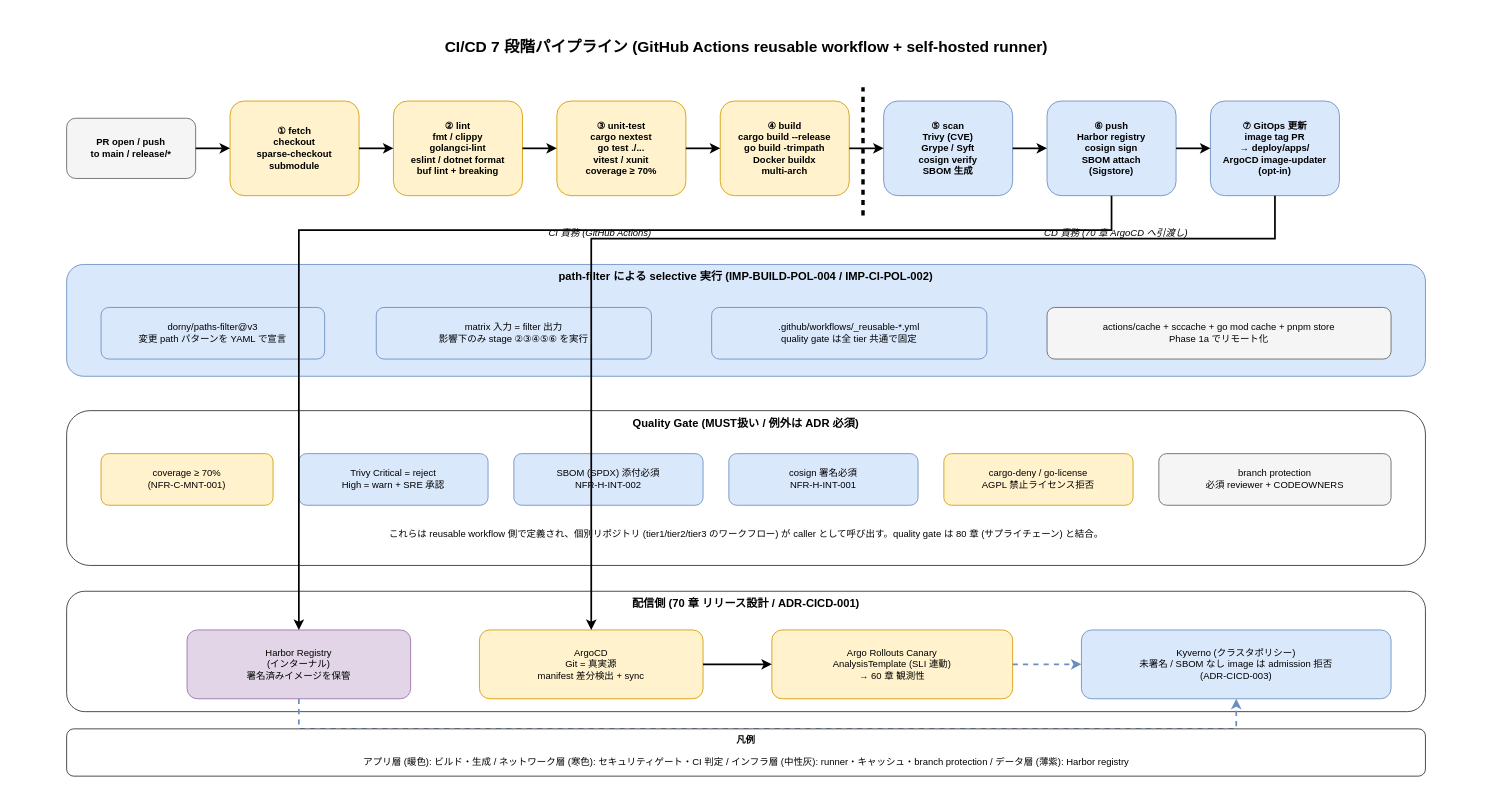
Above: docs/05_実装/30_CI_CD設計/img/30_CI_CD_7段階パイプライン.drawio in RyuheiKiso/k1s0 (draw.io), before the change. Source tidied: cells renumbered, new cells numbered last; positions are measured from the earlier drawing's top-left corner, leaving out a move shared by most shapes. Both pictures are drawn from the tidied source at 86%, with x=0, y=0 at pixel (15, 15).
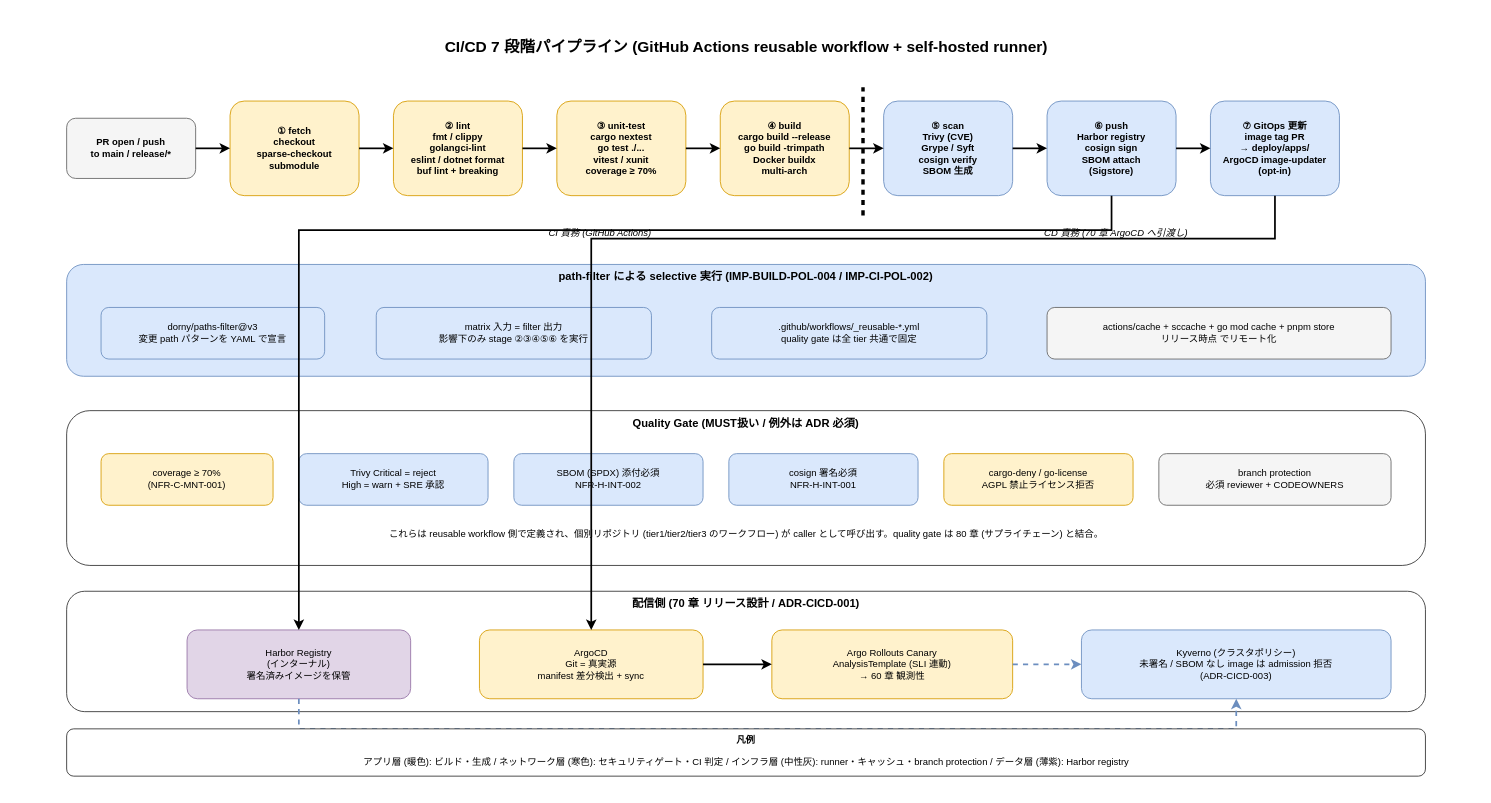
The same diagram, later.

Diff of the diagram source:
```diff
@@
-    <mxCell id="26" value="actions/cache + sccache + go mod cache + pnpm store&#10;Phase 1a でリモート化" style="rounded=1;whiteSpace=wrap;html=1;fillColor=#f5f5f5;strokeColor=#666666;fontSize=11;" parent="1" vertex="1">
+    <mxCell id="26" value="actions/cache + sccache + go mod cache + pnpm store&#10;リリース時点 でリモート化" style="rounded=1;whiteSpace=wrap;html=1;fillColor=#f5f5f5;strokeColor=#666666;fontSize=11;" parent="1" vertex="1">
       <mxGeometry x="1200" y="340" width="400" height="60" as="geometry" />
     </mxCell>
```
